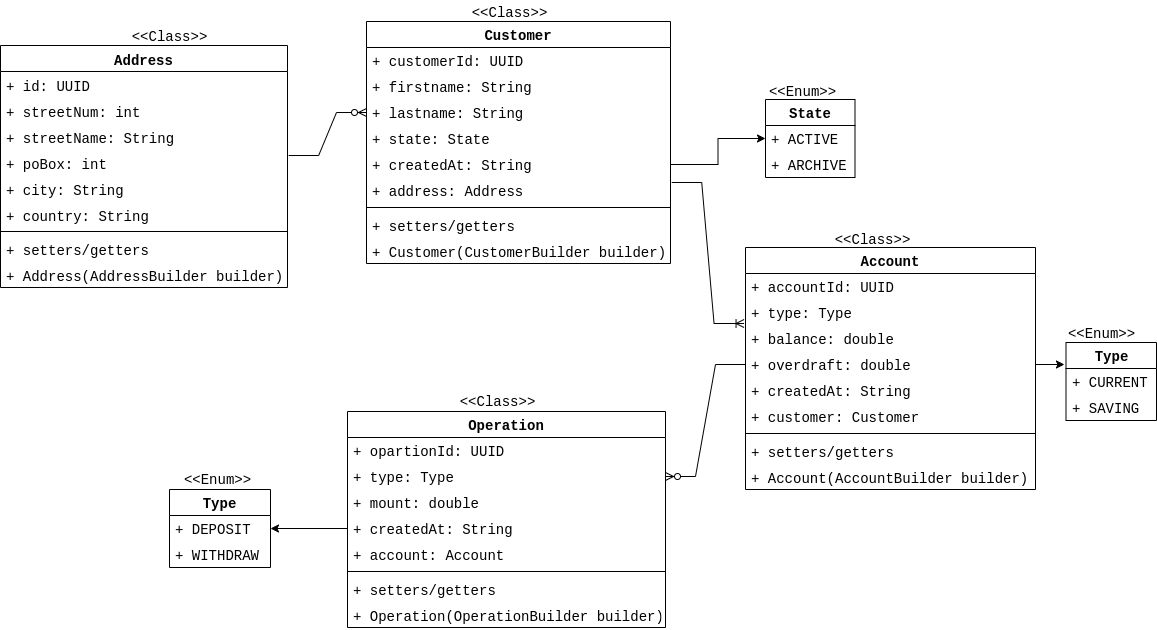
Above: assets/exalt-bank-account-conception.png in placidenduwayo1/exalt-kata-fullstak-bank-account-application (draw.io), before the change. Source tidied: cells renumbered, new cells last; positions are measured from the earlier drawing's top-left corner, leaving out a move shared by most shapes.
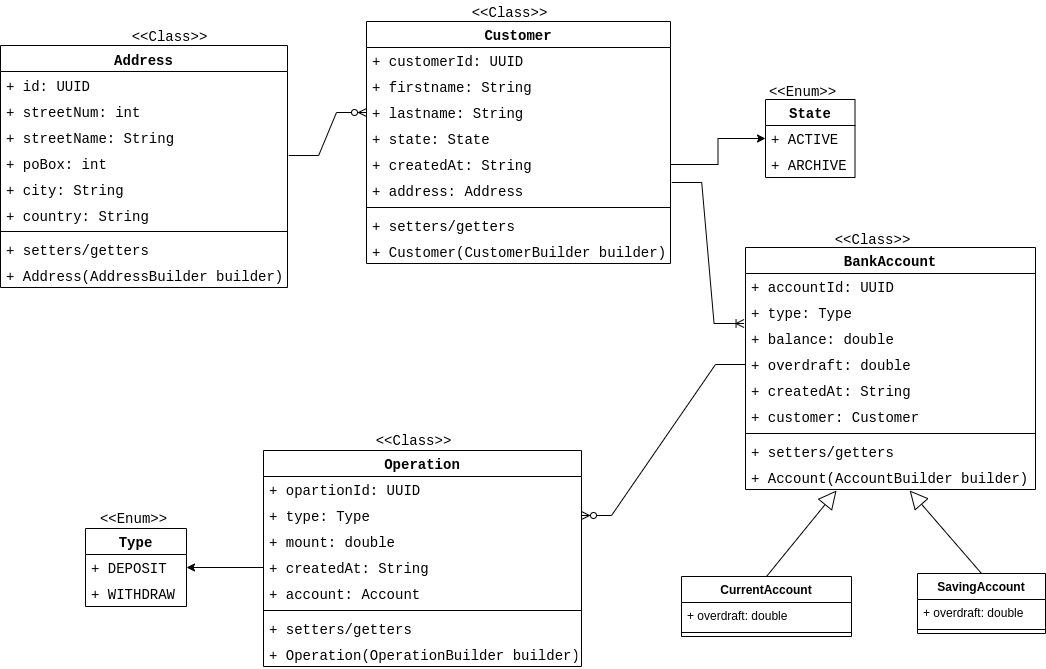
Above is the later version.

Commit message:
renaming account into bankaccount

Diff of the diagram source:
```diff
@@ -68,7 +68,7 @@
     <mxCell id="23" value="&amp;lt;&amp;lt;Class&amp;gt;&amp;gt;" style="text;align=center;fontStyle=0;verticalAlign=middle;spacingLeft=3;spacingRight=3;strokeColor=none;html=1;fontSize=14;fontFamily=Courier New;" parent="1" vertex="1">
       <mxGeometry x="468.5" width="80" height="26" as="geometry" />
     </mxCell>
-    <mxCell id="24" value="Account" style="swimlane;fontStyle=1;align=center;verticalAlign=top;horizontal=1;startSize=26;whiteSpace=wrap;html=1;fontSize=14;fontFamily=Courier New;" parent="1" vertex="1">
+    <mxCell id="24" value="BankAccount" style="swimlane;fontStyle=1;align=center;verticalAlign=top;horizontal=1;startSize=26;whiteSpace=wrap;html=1;fontSize=14;fontFamily=Courier New;" parent="1" vertex="1">
       <mxGeometry x="745" y="247" width="290" height="242" as="geometry" />
     </mxCell>
     <mxCell id="25" value="+ accountId: UUID" style="text;strokeColor=none;fillColor=none;align=left;verticalAlign=top;spacingLeft=4;spacingRight=4;overflow=hidden;whiteSpace=wrap;html=1;fontSize=14;fontFamily=Courier New;" parent="24" vertex="1">
@@ -99,7 +99,7 @@
       <mxGeometry y="216" width="290" height="26" as="geometry" />
     </mxCell>
     <mxCell id="34" value="Operation" style="swimlane;fontStyle=1;align=center;verticalAlign=top;horizontal=1;startSize=26;whiteSpace=wrap;html=1;fontSize=14;fontFamily=Courier New;" parent="1" vertex="1">
-      <mxGeometry x="347" y="411" width="318" height="216" as="geometry" />
+      <mxGeometry x="263" y="450" width="318" height="216" as="geometry" />
     </mxCell>
     <mxCell id="35" value="+ opartionId: UUID" style="text;strokeColor=none;fillColor=none;align=left;verticalAlign=top;spacingLeft=4;spacingRight=4;overflow=hidden;whiteSpace=wrap;html=1;fontSize=14;fontFamily=Courier New;" parent="34" vertex="1">
       <mxGeometry y="26" width="318" height="26" as="geometry" />
@@ -129,7 +129,7 @@
       <mxGeometry x="832" y="227" width="80" height="26" as="geometry" />
     </mxCell>
     <mxCell id="44" value="&amp;lt;&amp;lt;Class&amp;gt;&amp;gt;" style="text;align=center;fontStyle=0;verticalAlign=middle;spacingLeft=3;spacingRight=3;strokeColor=none;html=1;fontSize=14;fontFamily=Courier New;" parent="1" vertex="1">
-      <mxGeometry x="457" y="389" width="80" height="26" as="geometry" />
+      <mxGeometry x="373" y="428" width="80" height="26" as="geometry" />
     </mxCell>
     <mxCell id="45" value="State" style="swimlane;fontStyle=1;align=center;verticalAlign=top;horizontal=1;startSize=26;whiteSpace=wrap;html=1;fontSize=14;fontFamily=Courier New;" parent="1" vertex="1">
       <mxGeometry x="765" y="99" width="89.5" height="78" as="geometry" />
@@ -153,7 +153,7 @@
       <mxGeometry relative="1" as="geometry" />
     </mxCell>
     <mxCell id="52" value="Type" style="swimlane;fontStyle=1;align=center;verticalAlign=top;horizontal=1;startSize=26;whiteSpace=wrap;html=1;fontSize=14;fontFamily=Courier New;" parent="1" vertex="1">
-      <mxGeometry x="169" y="489" width="101" height="78" as="geometry" />
+      <mxGeometry x="85" y="528" width="101" height="78" as="geometry" />
     </mxCell>
     <mxCell id="53" value="+ DEPOSIT" style="text;strokeColor=none;fillColor=none;align=left;verticalAlign=top;spacingLeft=4;spacingRight=4;overflow=hidden;points=[[0,0.5],[1,0.5]];portConstraint=eastwest;whiteSpace=wrap;html=1;fontSize=14;fontFamily=Courier New;" parent="52" vertex="1">
       <mxGeometry y="26" width="101" height="26" as="geometry" />
@@ -162,28 +162,37 @@
       <mxGeometry y="52" width="101" height="26" as="geometry" />
     </mxCell>
     <mxCell id="55" value="&amp;lt;&amp;lt;Enum&amp;gt;&amp;gt;" style="text;align=center;fontStyle=0;verticalAlign=middle;spacingLeft=3;spacingRight=3;strokeColor=none;html=1;fontSize=14;fontFamily=Courier New;" parent="1" vertex="1">
-      <mxGeometry x="177" y="467" width="80" height="26" as="geometry" />
+      <mxGeometry x="93" y="506" width="80" height="26" as="geometry" />
     </mxCell>
-    <mxCell id="56" value="Type" style="swimlane;fontStyle=1;align=center;verticalAlign=top;horizontal=1;startSize=26;whiteSpace=wrap;html=1;fontSize=14;fontFamily=Courier New;" parent="1" vertex="1">
-      <mxGeometry x="1065.5" y="342" width="90.5" height="78" as="geometry" />
-    </mxCell>
-    <mxCell id="57" value="+ CURRENT" style="text;strokeColor=none;fillColor=none;align=left;verticalAlign=top;spacingLeft=4;spacingRight=4;overflow=hidden;points=[[0,0.5],[1,0.5]];portConstraint=eastwest;whiteSpace=wrap;html=1;fontSize=14;fontFamily=Courier New;" parent="56" vertex="1">
-      <mxGeometry y="26" width="90.5" height="26" as="geometry" />
-    </mxCell>
-    <mxCell id="58" value="+ SAVING" style="text;strokeColor=none;fillColor=none;align=left;verticalAlign=top;spacingLeft=4;spacingRight=4;overflow=hidden;whiteSpace=wrap;html=1;fontSize=14;fontFamily=Courier New;" parent="56" vertex="1">
-      <mxGeometry y="52" width="90.5" height="26" as="geometry" />
-    </mxCell>
-    <mxCell id="59" value="&amp;lt;&amp;lt;Enum&amp;gt;&amp;gt;" style="text;align=center;fontStyle=0;verticalAlign=middle;spacingLeft=3;spacingRight=3;strokeColor=none;html=1;fontSize=14;fontFamily=Courier New;" parent="1" vertex="1">
-      <mxGeometry x="1061" y="321" width="80" height="26" as="geometry" />
-    </mxCell>
-    <mxCell id="60" style="edgeStyle=orthogonalEdgeStyle;rounded=0;jettySize=auto;html=1;exitX=1;exitY=0.5;exitDx=0;exitDy=0;entryX=-0.017;entryY=-0.154;entryDx=0;entryDy=0;entryPerimeter=0;fontSize=14;fontFamily=Courier New;" parent="1" edge="1" source="28" target="57">
-      <mxGeometry relative="1" as="geometry" />
-    </mxCell>
     <mxCell id="61" style="edgeStyle=orthogonalEdgeStyle;rounded=0;jettySize=auto;html=1;exitX=0;exitY=0.5;exitDx=0;exitDy=0;entryX=1;entryY=0.5;entryDx=0;entryDy=0;fontSize=14;fontFamily=Courier New;" parent="1" edge="1" source="38" target="53">
       <mxGeometry relative="1" as="geometry" />
     </mxCell>
     <mxCell id="62" style="edgeStyle=entityRelationEdgeStyle;fontSize=14;html=1;endArrow=ERzeroToMany;endFill=1;rounded=0;entryX=0;entryY=0.5;entryDx=0;entryDy=0;fontFamily=Courier New;exitX=1.004;exitY=0.231;exitDx=0;exitDy=0;exitPerimeter=0;" parent="1" edge="1" source="16" target="5">
       <mxGeometry relative="1" as="geometry" />
     </mxCell>
+    <mxCell id="63" value="CurrentAccount" style="swimlane;fontStyle=1;align=center;verticalAlign=top;horizontal=1;startSize=26;whiteSpace=wrap;html=1;" parent="1" vertex="1">
+      <mxGeometry x="681" y="576" width="170" height="60" as="geometry" />
+    </mxCell>
+    <mxCell id="64" value="+ overdraft: double" style="text;strokeColor=none;fillColor=none;align=left;verticalAlign=top;spacingLeft=4;spacingRight=4;overflow=hidden;whiteSpace=wrap;html=1;" parent="63" vertex="1">
+      <mxGeometry y="26" width="170" height="26" as="geometry" />
+    </mxCell>
+    <mxCell id="65" style="line;strokeWidth=1;fillColor=none;align=left;verticalAlign=middle;spacingTop=-1;spacingLeft=3;spacingRight=3;labelPosition=right;strokeColor=inherit;" parent="63" vertex="1">
+      <mxGeometry y="52" width="170" height="8" as="geometry" />
+    </mxCell>
+    <mxCell id="66" value="SavingAccount" style="swimlane;fontStyle=1;align=center;verticalAlign=top;horizontal=1;startSize=26;whiteSpace=wrap;html=1;" parent="1" vertex="1">
+      <mxGeometry x="917" y="573" width="128" height="60" as="geometry" />
+    </mxCell>
+    <mxCell id="67" value="+ overdraft: double" style="text;strokeColor=none;fillColor=none;align=left;verticalAlign=top;spacingLeft=4;spacingRight=4;overflow=hidden;whiteSpace=wrap;html=1;" parent="66" vertex="1">
+      <mxGeometry y="26" width="128" height="26" as="geometry" />
+    </mxCell>
+    <mxCell id="68" style="line;strokeWidth=1;fillColor=none;align=left;verticalAlign=middle;spacingTop=-1;spacingLeft=3;spacingRight=3;labelPosition=right;strokeColor=inherit;" parent="66" vertex="1">
+      <mxGeometry y="52" width="128" height="8" as="geometry" />
+    </mxCell>
+    <mxCell id="69" style="endArrow=block;endSize=16;endFill=0;html=1;rounded=0;exitX=0.5;exitY=0;exitDx=0;exitDy=0;entryX=0.314;entryY=1.038;entryDx=0;entryDy=0;entryPerimeter=0;labelPosition=left;verticalLabelPosition=middle;align=right;verticalAlign=middle;" parent="1" edge="1" source="63" target="33">
+      <mxGeometry x="-0.09" y="3" relative="1" as="geometry" />
+    </mxCell>
+    <mxCell id="70" style="endArrow=block;endSize=16;endFill=0;html=1;rounded=0;exitX=0.5;exitY=0;exitDx=0;exitDy=0;entryX=0.566;entryY=1.038;entryDx=0;entryDy=0;entryPerimeter=0;labelPosition=right;verticalLabelPosition=middle;align=left;verticalAlign=middle;" parent="1" edge="1" source="66" target="33">
+      <mxGeometry relative="1" as="geometry" />
+    </mxCell>
   </root>
 </mxGraphModel>
```
